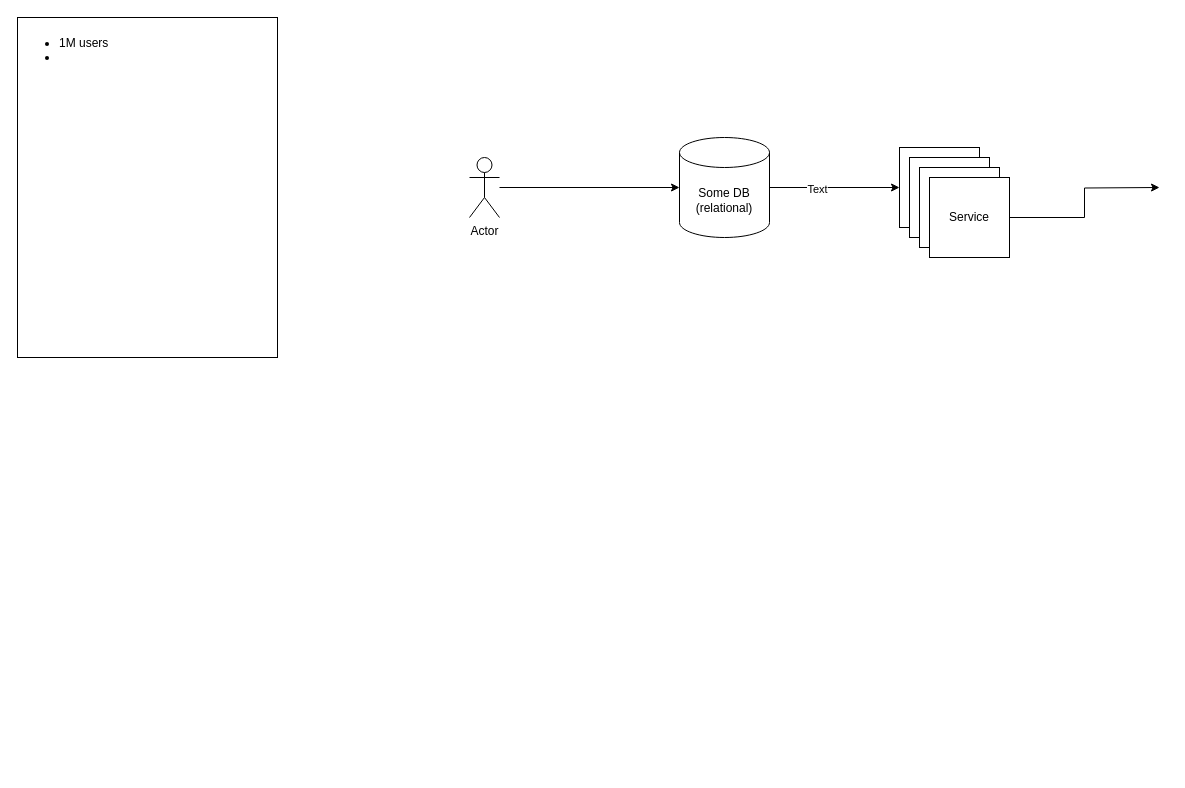
This is Untitled Diagram.drawio from GarryIV/app-diagrams-net, a draw.io file, before an edit. Source tidied: cells renumbered, new cells numbered last; positions are measured from the earlier drawing's top-left corner, leaving out a move shared by most shapes. Both pictures are drawn from the tidied source at 100%, with x=0, y=0 at pixel (17, 17).
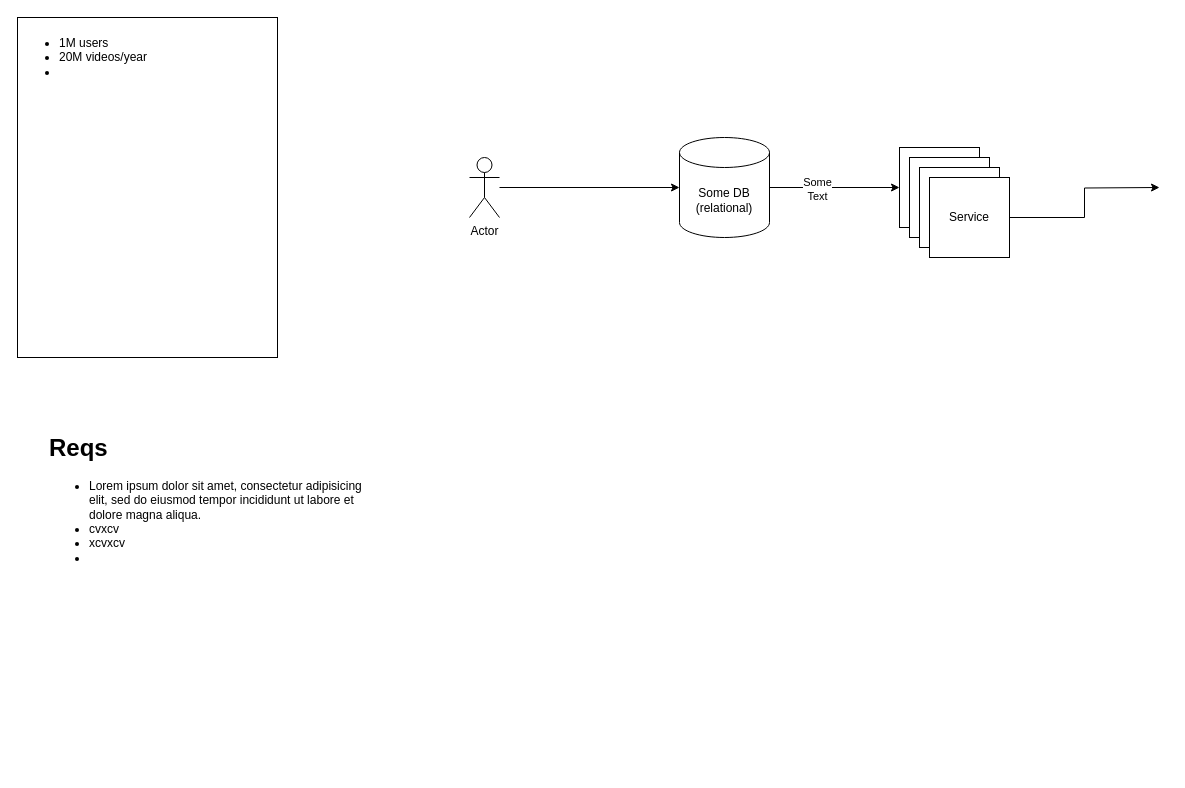
Above is the later version.

What changed in the source:
```diff
@@
 <mxGraphModel>
   <root>
     <mxCell id="0" />
     <mxCell id="1" parent="0" />
     <mxCell id="2" style="edgeStyle=orthogonalEdgeStyle;rounded=0;jettySize=auto;html=1;" parent="1" edge="1" source="4" target="5">
       <mxGeometry relative="1" as="geometry" />
     </mxCell>
-    <mxCell id="3" value="Text" style="edgeLabel;html=1;align=center;verticalAlign=middle;" parent="2" vertex="1">
+    <mxCell id="3" value="Some&lt;div&gt;Text&lt;/div&gt;" style="edgeLabel;html=1;align=center;verticalAlign=middle;" parent="2" vertex="1">
       <mxGeometry x="-0.27" y="-1" relative="1" as="geometry" />
     </mxCell>
     <mxCell id="4" value="Some DB&lt;div&gt;(relational)&lt;/div&gt;" style="shape=cylinder3;whiteSpace=wrap;html=1;boundedLbl=1;backgroundOutline=1;size=15;" parent="1" vertex="1">
       <mxGeometry x="662" y="120" width="90" height="100" as="geometry" />
     </mxCell>
     <mxCell id="5" style="whiteSpace=wrap;html=1;" parent="1" vertex="1">
       <mxGeometry x="882" y="130" width="80" height="80" as="geometry" />
     </mxCell>
     <mxCell id="6" style="whiteSpace=wrap;html=1;" parent="1" vertex="1">
       <mxGeometry x="892" y="140" width="80" height="80" as="geometry" />
     </mxCell>
     <mxCell id="7" style="whiteSpace=wrap;html=1;" parent="1" vertex="1">
       <mxGeometry x="902" y="150" width="80" height="80" as="geometry" />
     </mxCell>
     <mxCell id="8" style="edgeStyle=orthogonalEdgeStyle;rounded=0;jettySize=auto;html=1;" parent="1" edge="1" source="9">
       <mxGeometry relative="1" as="geometry">
         <mxPoint x="1142" y="170" as="targetPoint" />
       </mxGeometry>
     </mxCell>
     <mxCell id="9" value="Service" style="whiteSpace=wrap;html=1;" parent="1" vertex="1">
       <mxGeometry x="912" y="160" width="80" height="80" as="geometry" />
     </mxCell>
     <mxCell id="10" value="Actor" style="shape=umlActor;verticalLabelPosition=bottom;verticalAlign=top;html=1;" parent="1" vertex="1">
       <mxGeometry x="452" y="140" width="30" height="60" as="geometry" />
     </mxCell>
     <mxCell id="11" style="edgeStyle=orthogonalEdgeStyle;rounded=0;jettySize=auto;html=1;entryX=0;entryY=0.5;entryDx=0;entryDy=0;entryPerimeter=0;" parent="1" edge="1" source="10" target="4">
       <mxGeometry relative="1" as="geometry" />
     </mxCell>
-    <mxCell id="12" value="&lt;ul&gt;&lt;li&gt;1M users&lt;/li&gt;&lt;li&gt;&lt;br&gt;&lt;/li&gt;&lt;/ul&gt;" style="rounded=0;whiteSpace=wrap;html=1;align=left;verticalAlign=top;" parent="1" vertex="1">
+    <mxCell id="12" value="&lt;ul&gt;&lt;li&gt;1M users&lt;/li&gt;&lt;li&gt;20M videos/year&lt;/li&gt;&lt;li&gt;&lt;br&gt;&lt;/li&gt;&lt;/ul&gt;" style="rounded=0;whiteSpace=wrap;html=1;align=left;verticalAlign=top;" parent="1" vertex="1">
       <mxGeometry width="260" height="340" as="geometry" />
     </mxCell>
+    <mxCell id="13" value="&lt;h1 style=&quot;margin-top: 0px;&quot;&gt;Reqs&lt;/h1&gt;&lt;p&gt;&lt;/p&gt;&lt;ul&gt;&lt;li&gt;Lorem ipsum dolor sit amet, consectetur adipisicing elit, sed do eiusmod tempor incididunt ut labore et dolore magna aliqua.&lt;/li&gt;&lt;li&gt;cvxcv&lt;/li&gt;&lt;li&gt;xcvxcv&lt;/li&gt;&lt;li&gt;&lt;br&gt;&lt;/li&gt;&lt;/ul&gt;&lt;p&gt;&lt;/p&gt;" style="text;html=1;whiteSpace=wrap;overflow=hidden;rounded=0;" parent="1" vertex="1">
+      <mxGeometry x="30" y="410" width="320" height="340" as="geometry" />
+    </mxCell>
   </root>
 </mxGraphModel>
```
